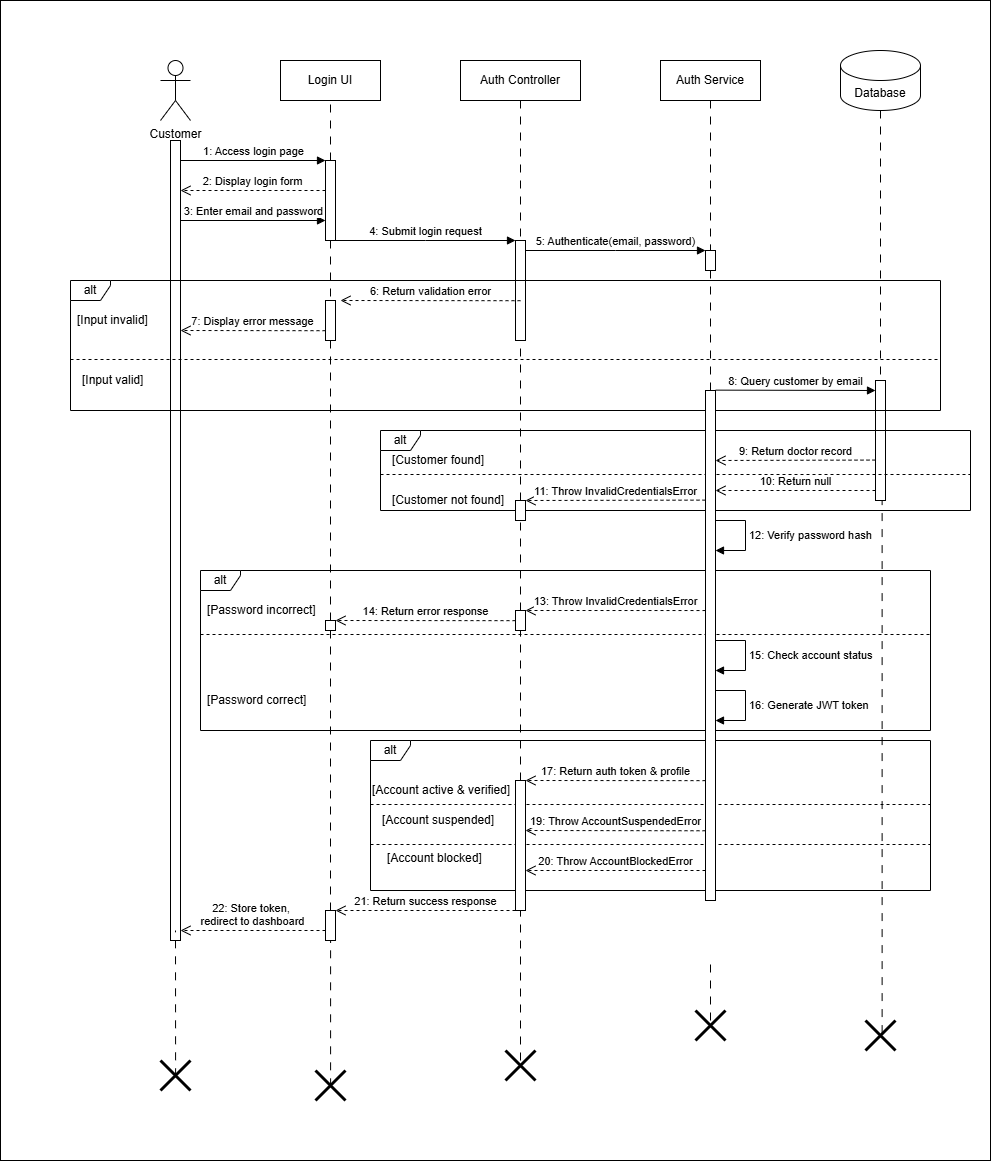
This is InProgress/Sequence Diagram/Admin/login/login-Diagram.png from shah541-g/Fyp-Diagrams, a draw.io export, as it was before one commit. Source tidied: cells renumbered, new cells last; positions are measured from the earlier drawing's top-left corner, leaving out a move shared by most shapes.
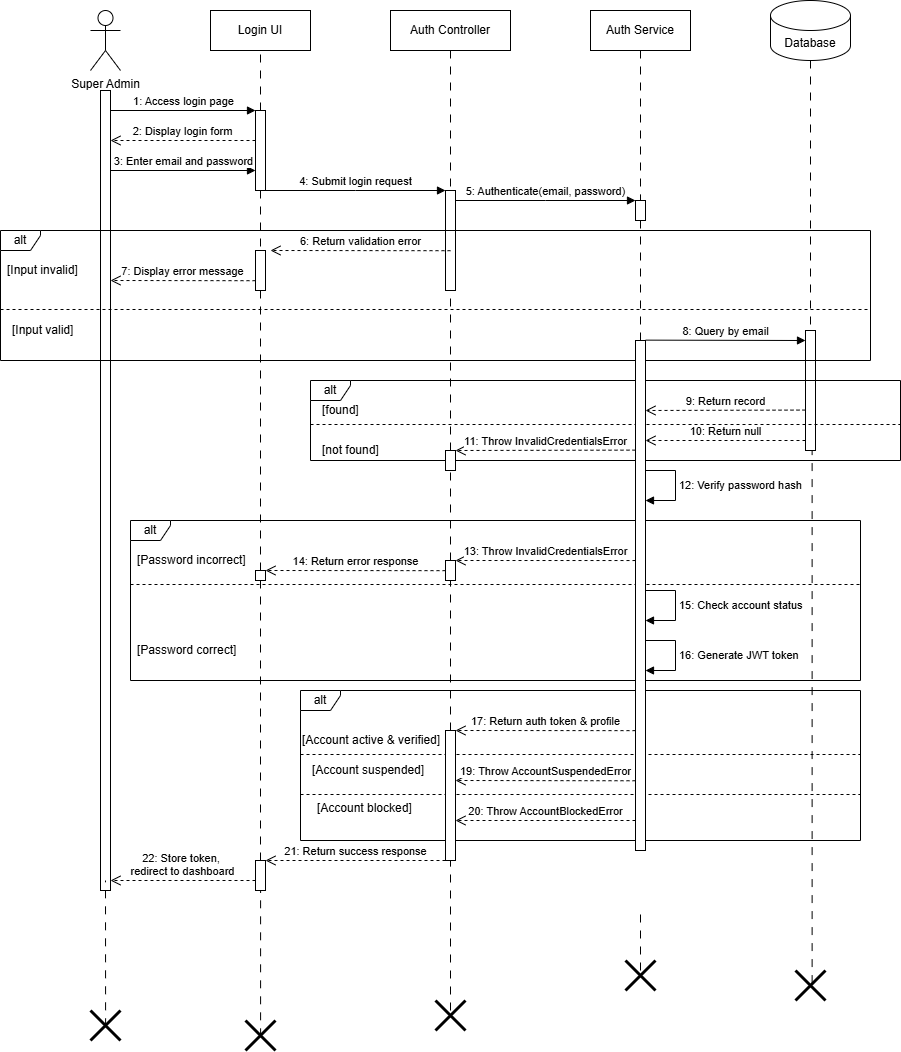
The same file after the commit.

Diff of the diagram source:
```diff
@@ -2,10 +2,7 @@
   <root>
     <mxCell id="0" />
     <mxCell id="1" parent="0" />
-    <mxCell id="2" style="rounded=0;whiteSpace=wrap;html=1;" parent="1" vertex="1">
-      <mxGeometry width="990" height="1160" as="geometry" />
-    </mxCell>
-    <mxCell id="3" value="Customer" style="shape=umlActor;verticalLabelPosition=bottom;verticalAlign=top;html=1;" parent="1" vertex="1">
+    <mxCell id="3" value="Super Admin" style="shape=umlActor;verticalLabelPosition=bottom;verticalAlign=top;html=1;" parent="1" vertex="1">
       <mxGeometry x="160" y="60" width="30" height="60" as="geometry" />
     </mxCell>
     <mxCell id="4" value="Login UI" style="rounded=0;whiteSpace=wrap;html=1;" parent="1" vertex="1">
@@ -104,7 +101,7 @@
         <mxPoint x="180" y="330.2" as="targetPoint" />
       </mxGeometry>
     </mxCell>
-    <mxCell id="27" value="8: Query customer by email" style="html=1;verticalAlign=bottom;endArrow=block;edgeStyle=elbowEdgeStyle;elbow=vertical;curved=0;rounded=0;" parent="1" edge="1">
+    <mxCell id="27" value="8: Query by email" style="html=1;verticalAlign=bottom;endArrow=block;edgeStyle=elbowEdgeStyle;elbow=vertical;curved=0;rounded=0;" parent="1" edge="1">
       <mxGeometry relative="1" as="geometry">
         <mxPoint x="715" y="389.6" as="sourcePoint" />
         <mxPoint x="875" y="389.6" as="targetPoint" />
@@ -113,10 +110,10 @@
     <mxCell id="28" value="alt" style="shape=umlFrame;whiteSpace=wrap;html=1;width=40;height=20;" parent="1" vertex="1">
       <mxGeometry x="380" y="430" width="590" height="80" as="geometry" />
     </mxCell>
-    <mxCell id="29" value="[Customer found]" style="text;html=1;align=left;verticalAlign=middle;strokeColor=none;fillColor=none;" parent="1" vertex="1">
-      <mxGeometry x="390" y="445" width="120" height="30" as="geometry" />
+    <mxCell id="29" value="[found]" style="text;html=1;align=left;verticalAlign=middle;strokeColor=none;fillColor=none;" parent="1" vertex="1">
+      <mxGeometry x="390" y="445" width="60" height="30" as="geometry" />
     </mxCell>
-    <mxCell id="30" value="9: Return doctor record" style="html=1;verticalAlign=bottom;endArrow=open;dashed=1;endSize=8;edgeStyle=elbowEdgeStyle;elbow=vertical;curved=0;rounded=0;" parent="1" edge="1">
+    <mxCell id="30" value="9: Return record" style="html=1;verticalAlign=bottom;endArrow=open;dashed=1;endSize=8;edgeStyle=elbowEdgeStyle;elbow=vertical;curved=0;rounded=0;" parent="1" edge="1">
       <mxGeometry relative="1" as="geometry">
         <mxPoint x="875" y="459.6" as="sourcePoint" />
         <mxPoint x="715" y="459.6" as="targetPoint" />
@@ -125,8 +122,8 @@
     <mxCell id="31" style="line;strokeWidth=1;fillColor=none;align=left;verticalAlign=middle;spacingTop=-1;spacingLeft=3;spacingRight=3;labelPosition=right;strokeColor=inherit;dashed=1;" parent="1" vertex="1">
       <mxGeometry x="380" y="470" width="590" height="8" as="geometry" />
     </mxCell>
-    <mxCell id="32" value="[Customer not found]" style="text;html=1;align=left;verticalAlign=middle;strokeColor=none;fillColor=none;" parent="1" vertex="1">
-      <mxGeometry x="390" y="485" width="140" height="30" as="geometry" />
+    <mxCell id="32" value="[not found]" style="text;html=1;align=left;verticalAlign=middle;strokeColor=none;fillColor=none;" parent="1" vertex="1">
+      <mxGeometry x="390" y="485" width="80" height="30" as="geometry" />
     </mxCell>
     <mxCell id="33" value="10: Return null" style="html=1;verticalAlign=bottom;endArrow=open;dashed=1;endSize=8;edgeStyle=elbowEdgeStyle;elbow=vertical;curved=0;rounded=0;" parent="1" edge="1">
       <mxGeometry relative="1" as="geometry">
```
